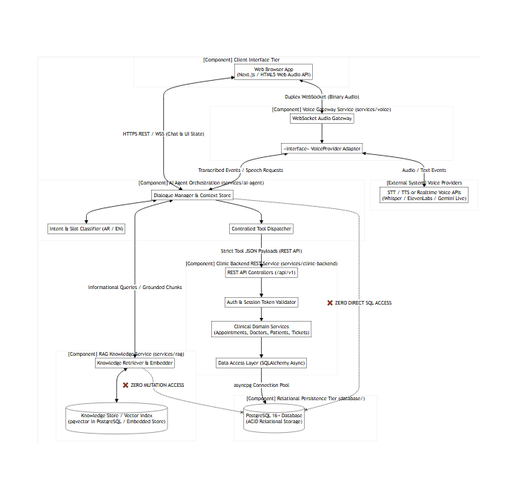
This is docs/diagrams/06-component/component-diagram.png from HassanAhmedMa/Agentic-AI-Call-Center, a Mermaid export, as it was before one commit. Its source is kept beside it as docs/diagrams/06-component/component-diagram.mmd.
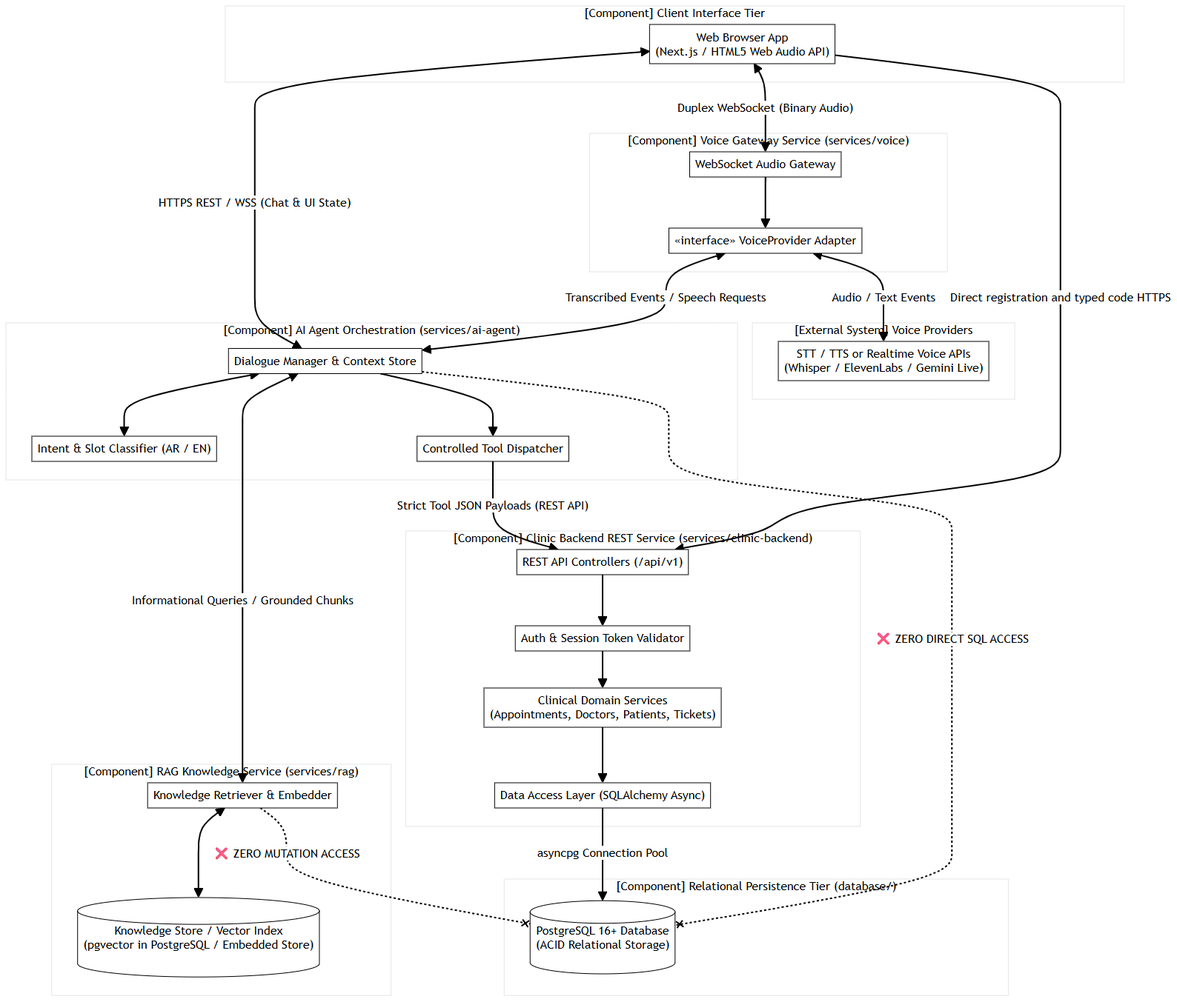
After the change.

Diff of the diagram source:
```diff
@@ -57,3 +57,5 @@
 
     DialogueManager -.-x|"❌ ZERO DIRECT SQL ACCESS"| PostgresDB
     Retriever -.-x|"❌ ZERO MUTATION ACCESS"| PostgresDB
+
+    WebUI -->|"Direct registration and typed code HTTPS"| RESTControllers
```
